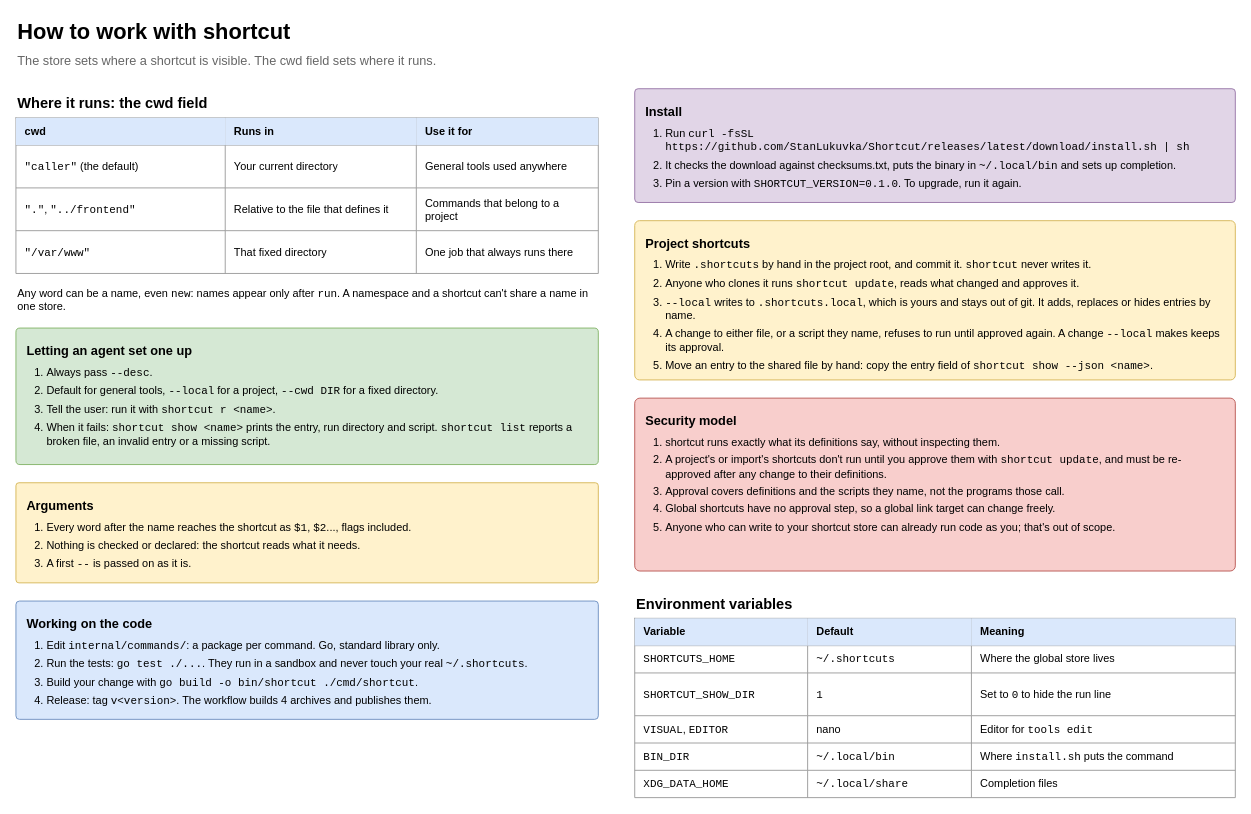
This is page "3 Working with it" (3 of 5) of docs/shortcut-overview.drawio from StanLukuvka/Shortcut, a draw.io file, before an edit. Source tidied: cells renumbered, new cells numbered last; positions are measured from the earlier drawing's top-left corner, leaving out a move shared by most shapes. Both pictures are drawn from the tidied source at 91%, with x=0, y=0 at pixel (15, 15).
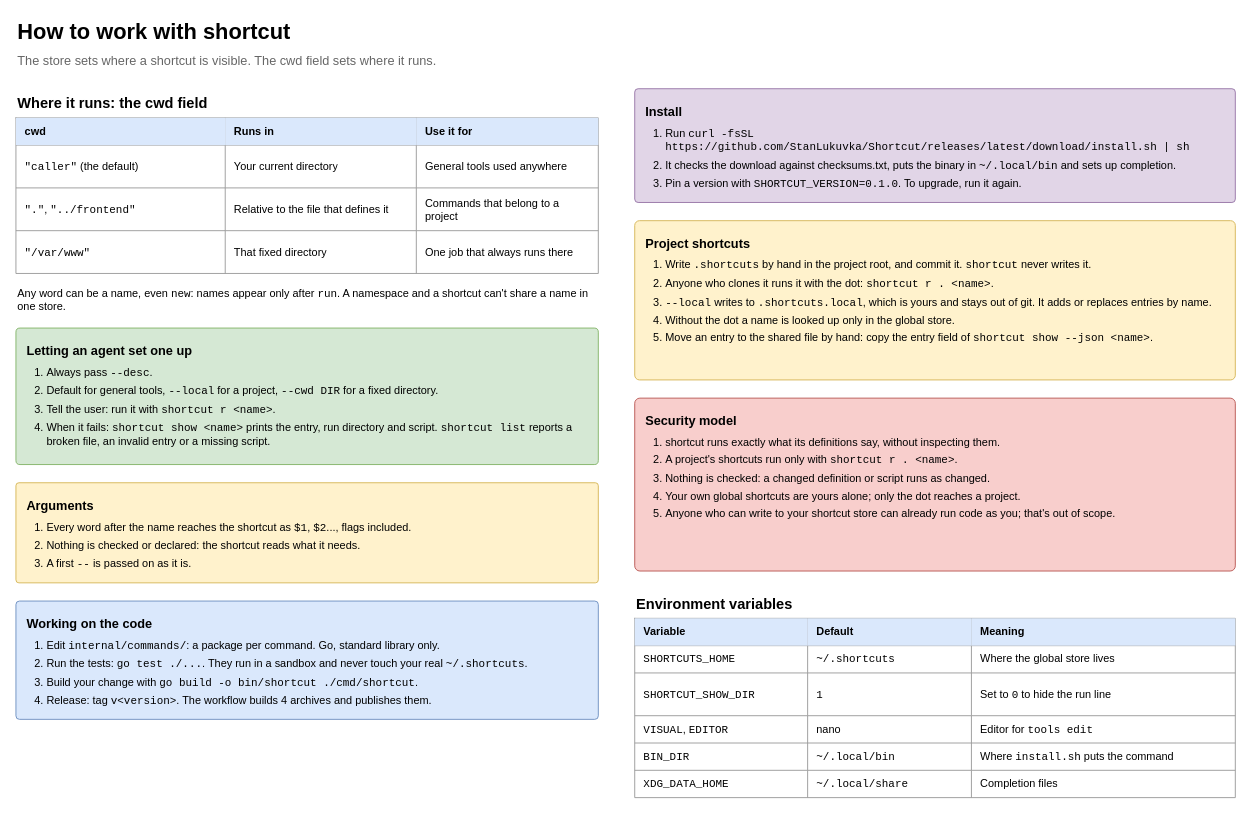
After the change.

What changed in the source:
```diff
@@
-    <mxCell id="24" value="&lt;b style='font-size:14px'&gt;Project shortcuts&lt;/b&gt;&lt;ol style='margin:8px 0 0 0;padding-left:22px'&gt;&lt;li style='margin-bottom:5px'&gt;Write &lt;font face=&quot;monospace&quot;&gt;.shortcuts&lt;/font&gt; by hand in the project root, and commit it. &lt;font face=&quot;monospace&quot;&gt;shortcut&lt;/font&gt; never writes it.&lt;/li&gt;&lt;li style='margin-bottom:5px'&gt;Anyone who clones it runs &lt;font face=&quot;monospace&quot;&gt;shortcut update&lt;/font&gt;, reads what changed and approves it.&lt;/li&gt;&lt;li style='margin-bottom:5px'&gt;&lt;font face=&quot;monospace&quot;&gt;--local&lt;/font&gt; writes to &lt;font face=&quot;monospace&quot;&gt;.shortcuts.local&lt;/font&gt;, which is yours and stays out of git. It adds, replaces or hides entries by name.&lt;/li&gt;&lt;li style='margin-bottom:5px'&gt;A change to either file, or a script they name, refuses to run until approved again. A change &lt;font face=&quot;monospace&quot;&gt;--local&lt;/font&gt; makes keeps its approval.&lt;/li&gt;&lt;li style='margin-bottom:5px'&gt;Move an entry to the shared file by hand: copy the entry field of &lt;font face=&quot;monospace&quot;&gt;shortcut show --json &amp;lt;name&amp;gt;&lt;/font&gt;.&lt;/li&gt;&lt;/ol&gt;" style="rounded=1;whiteSpace=wrap;html=1;arcSize=3;fillColor=#fff2cc;strokeColor=#d6b656;fontSize=12;align=left;verticalAlign=top;spacing=12;" parent="1" vertex="1">
+    <mxCell id="24" value="&lt;b style='font-size:14px'&gt;Project shortcuts&lt;/b&gt;&lt;ol style='margin:8px 0 0 0;padding-left:22px'&gt;&lt;li style='margin-bottom:5px'&gt;Write &lt;font face=&quot;monospace&quot;&gt;.shortcuts&lt;/font&gt; by hand in the project root, and commit it. &lt;font face=&quot;monospace&quot;&gt;shortcut&lt;/font&gt; never writes it.&lt;/li&gt;&lt;li style='margin-bottom:5px'&gt;Anyone who clones it runs it with the dot: &lt;font face=&quot;monospace&quot;&gt;shortcut r . &amp;lt;name&amp;gt;&lt;/font&gt;.&lt;/li&gt;&lt;li style='margin-bottom:5px'&gt;&lt;font face=&quot;monospace&quot;&gt;--local&lt;/font&gt; writes to &lt;font face=&quot;monospace&quot;&gt;.shortcuts.local&lt;/font&gt;, which is yours and stays out of git. It adds or replaces entries by name.&lt;/li&gt;&lt;li style='margin-bottom:5px'&gt;Without the dot a name is looked up only in the global store.&lt;/li&gt;&lt;li style='margin-bottom:5px'&gt;Move an entry to the shared file by hand: copy the entry field of &lt;font face=&quot;monospace&quot;&gt;shortcut show --json &amp;lt;name&amp;gt;&lt;/font&gt;.&lt;/li&gt;&lt;/ol&gt;" style="rounded=1;whiteSpace=wrap;html=1;arcSize=3;fillColor=#fff2cc;strokeColor=#d6b656;fontSize=12;align=left;verticalAlign=top;spacing=12;" parent="1" vertex="1">
       <mxGeometry x="680" y="225" width="660" height="175" as="geometry" />
     </mxCell>
-    <mxCell id="25" value="&lt;b style='font-size:14px'&gt;Security model&lt;/b&gt;&lt;ol style='margin:8px 0 0 0;padding-left:22px'&gt;&lt;li style='margin-bottom:5px'&gt;shortcut runs exactly what its definitions say, without inspecting them.&lt;/li&gt;&lt;li style='margin-bottom:5px'&gt;A project's or import's shortcuts don't run until you approve them with &lt;font face=&quot;monospace&quot;&gt;shortcut update&lt;/font&gt;, and must be re-approved after any change to their definitions.&lt;/li&gt;&lt;li style='margin-bottom:5px'&gt;Approval covers definitions and the scripts they name, not the programs those call.&lt;/li&gt;&lt;li style='margin-bottom:5px'&gt;Global shortcuts have no approval step, so a global link target can change freely.&lt;/li&gt;&lt;li style='margin-bottom:5px'&gt;Anyone who can write to your shortcut store can already run code as you; that's out of scope.&lt;/li&gt;&lt;/ol&gt;" style="rounded=1;whiteSpace=wrap;html=1;arcSize=3;fillColor=#f8cecc;strokeColor=#b85450;fontSize=12;align=left;verticalAlign=top;spacing=12;" parent="1" vertex="1">
+    <mxCell id="25" value="&lt;b style='font-size:14px'&gt;Security model&lt;/b&gt;&lt;ol style='margin:8px 0 0 0;padding-left:22px'&gt;&lt;li style='margin-bottom:5px'&gt;shortcut runs exactly what its definitions say, without inspecting them.&lt;/li&gt;&lt;li style='margin-bottom:5px'&gt;A project's shortcuts run only with &lt;font face=&quot;monospace&quot;&gt;shortcut r . &amp;lt;name&amp;gt;&lt;/font&gt;.&lt;/li&gt;&lt;li style='margin-bottom:5px'&gt;Nothing is checked: a changed definition or script runs as changed.&lt;/li&gt;&lt;li style='margin-bottom:5px'&gt;Your own global shortcuts are yours alone; only the dot reaches a project.&lt;/li&gt;&lt;li style='margin-bottom:5px'&gt;Anyone who can write to your shortcut store can already run code as you; that's out of scope.&lt;/li&gt;&lt;/ol&gt;" style="rounded=1;whiteSpace=wrap;html=1;arcSize=3;fillColor=#f8cecc;strokeColor=#b85450;fontSize=12;align=left;verticalAlign=top;spacing=12;" parent="1" vertex="1">
       <mxGeometry x="680" y="420" width="660" height="190" as="geometry" />
     </mxCell>
```
